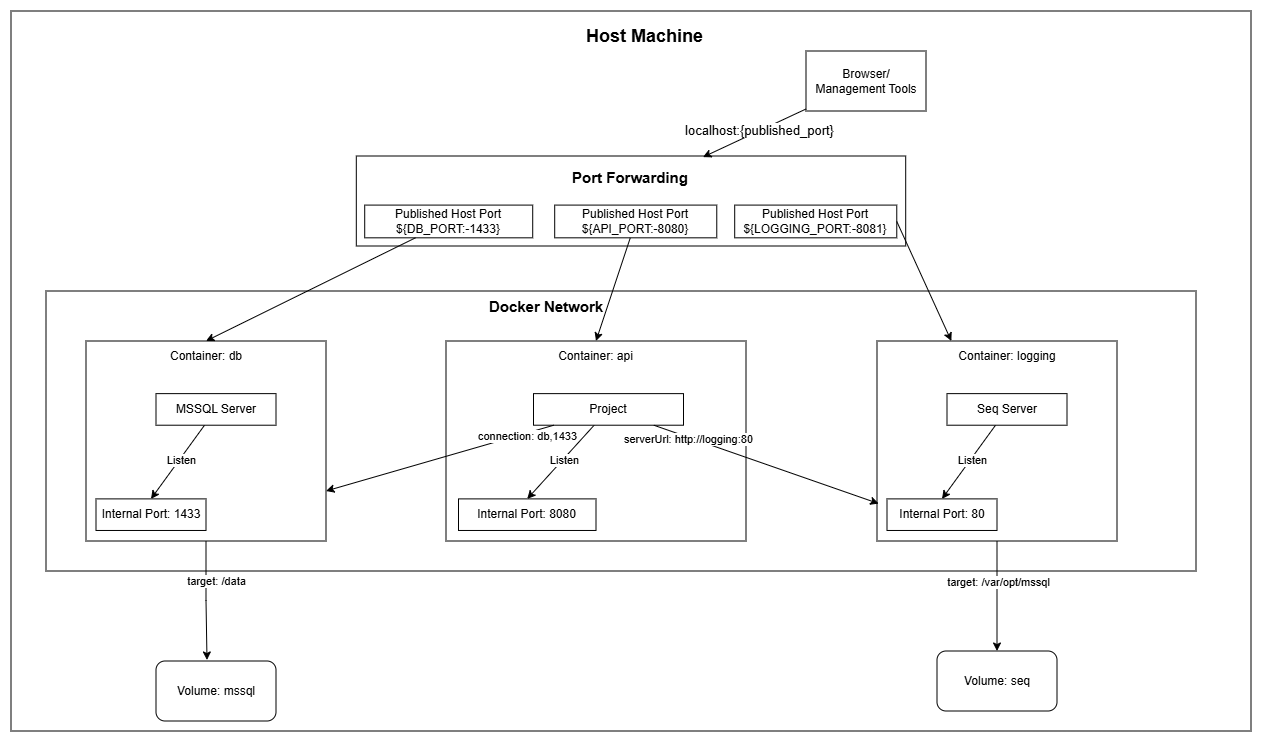
Earlier version of the draw.io export docs/Docker-Visualization.png (ammar-gamal/BookCatalog). Source tidied: cells renumbered, new cells last; positions are measured from the earlier drawing's top-left corner, leaving out a move shared by most shapes. Its diagram source:
```xml
<mxGraphModel>
  <root>
    <mxCell id="0" />
    <mxCell id="1" parent="0" />
    <mxCell id="2" style="group;" parent="1" vertex="1">
      <mxGeometry x="435" y="330" width="370" height="208.4" as="geometry" />
    </mxCell>
    <mxCell id="3" style="group;" parent="2" vertex="1">
      <mxGeometry width="370" height="208.4" as="geometry" />
    </mxCell>
    <mxCell id="4" style="rounded=0;whiteSpace=wrap;html=1;" parent="3" vertex="1">
      <mxGeometry width="300" height="200" as="geometry" />
    </mxCell>
    <mxCell id="5" value="Container: api" style="text;html=1;whiteSpace=wrap;strokeColor=none;fillColor=none;align=center;verticalAlign=middle;rounded=0;" parent="3" vertex="1">
      <mxGeometry x="93.8" width="112.5" height="31.6" as="geometry" />
    </mxCell>
    <mxCell id="6" value="Internal Port: 8080" style="rounded=0;whiteSpace=wrap;html=1;" parent="3" vertex="1">
      <mxGeometry x="12.5" y="157.9" width="137.5" height="31.6" as="geometry" />
    </mxCell>
    <mxCell id="7" style="rounded=0;jettySize=auto;html=1;entryX=0.5;entryY=0;entryDx=0;entryDy=0;endArrow=classic;endFill=1;" parent="3" edge="1" source="9" target="6">
      <mxGeometry relative="1" as="geometry" />
    </mxCell>
    <mxCell id="8" value="Listen" style="edgeLabel;html=1;align=center;verticalAlign=middle;" parent="7" vertex="1">
      <mxGeometry x="-0.06" y="1" relative="1" as="geometry" />
    </mxCell>
    <mxCell id="9" value="Project" style="rounded=0;whiteSpace=wrap;html=1;" parent="3" vertex="1">
      <mxGeometry x="87.5" y="52.6" width="150" height="31.6" as="geometry" />
    </mxCell>
    <mxCell id="10" value="Volume: mssql" style="rounded=1;whiteSpace=wrap;html=1;" parent="1" vertex="1">
      <mxGeometry x="145" y="650" width="120" height="60" as="geometry" />
    </mxCell>
    <mxCell id="11" value="Volume: seq" style="rounded=1;whiteSpace=wrap;html=1;" parent="1" vertex="1">
      <mxGeometry x="926" y="640" width="120" height="60" as="geometry" />
    </mxCell>
    <mxCell id="12" style="edgeStyle=orthogonalEdgeStyle;rounded=0;jettySize=auto;html=1;exitX=0.5;exitY=1;exitDx=0;exitDy=0;entryX=0.5;entryY=0;entryDx=0;entryDy=0;" parent="1" edge="1" source="24" target="11">
      <mxGeometry relative="1" as="geometry" />
    </mxCell>
    <mxCell id="13" value="target: /var/opt/mssql" style="edgeLabel;html=1;align=center;verticalAlign=middle;" parent="12" vertex="1">
      <mxGeometry x="-0.22" y="2" relative="1" as="geometry">
        <mxPoint x="-2" y="-4" as="offset" />
      </mxGeometry>
    </mxCell>
    <mxCell id="14" style="edgeStyle=orthogonalEdgeStyle;rounded=0;jettySize=auto;html=1;entryX=0.425;entryY=-0.017;entryDx=0;entryDy=0;entryPerimeter=0;" parent="1" edge="1" source="16" target="10">
      <mxGeometry relative="1" as="geometry" />
    </mxCell>
    <mxCell id="15" value="target: /data" style="edgeLabel;html=1;align=center;verticalAlign=middle;" parent="14" vertex="1">
      <mxGeometry x="0.08" y="-5" relative="1" as="geometry">
        <mxPoint x="14" y="-23" as="offset" />
      </mxGeometry>
    </mxCell>
    <mxCell id="16" style="rounded=0;whiteSpace=wrap;html=1;" parent="1" vertex="1">
      <mxGeometry x="75" y="330" width="240" height="200" as="geometry" />
    </mxCell>
    <mxCell id="17" value="Container: db" style="text;html=1;whiteSpace=wrap;strokeColor=none;fillColor=none;align=center;verticalAlign=middle;rounded=0;" parent="1" vertex="1">
      <mxGeometry x="150" y="330" width="90" height="31.6" as="geometry" />
    </mxCell>
    <mxCell id="18" value="Internal Port: 1433" style="rounded=0;whiteSpace=wrap;html=1;" parent="1" vertex="1">
      <mxGeometry x="85" y="487.9" width="110" height="31.6" as="geometry" />
    </mxCell>
    <mxCell id="19" style="rounded=0;jettySize=auto;html=1;entryX=0.5;entryY=0;entryDx=0;entryDy=0;endArrow=classic;endFill=1;" parent="1" edge="1" source="21" target="18">
      <mxGeometry relative="1" as="geometry" />
    </mxCell>
    <mxCell id="20" value="Listen" style="edgeLabel;html=1;align=center;verticalAlign=middle;" parent="19" vertex="1">
      <mxGeometry x="-0.06" y="1" relative="1" as="geometry" />
    </mxCell>
    <mxCell id="21" value="MSSQL Server" style="rounded=0;whiteSpace=wrap;html=1;" parent="1" vertex="1">
      <mxGeometry x="145" y="382.6" width="120" height="31.6" as="geometry" />
    </mxCell>
    <mxCell id="22" style="group;" parent="1" vertex="1">
      <mxGeometry x="866" y="330" width="340" height="225" as="geometry" />
    </mxCell>
    <mxCell id="23" style="group;" parent="22" vertex="1">
      <mxGeometry width="340" height="225" as="geometry" />
    </mxCell>
    <mxCell id="24" style="rounded=0;whiteSpace=wrap;html=1;" parent="23" vertex="1">
      <mxGeometry width="240" height="200" as="geometry" />
    </mxCell>
    <mxCell id="25" value="Container: logging" style="text;html=1;whiteSpace=wrap;strokeColor=none;fillColor=none;align=center;verticalAlign=middle;rounded=0;" parent="23" vertex="1">
      <mxGeometry x="75" width="110" height="31.6" as="geometry" />
    </mxCell>
    <mxCell id="26" value="Internal Port: 80" style="rounded=0;whiteSpace=wrap;html=1;" parent="23" vertex="1">
      <mxGeometry x="10" y="157.9" width="110" height="31.6" as="geometry" />
    </mxCell>
    <mxCell id="27" style="rounded=0;jettySize=auto;html=1;entryX=0.5;entryY=0;entryDx=0;entryDy=0;endArrow=classic;endFill=1;" parent="23" edge="1" source="29" target="26">
      <mxGeometry relative="1" as="geometry" />
    </mxCell>
    <mxCell id="28" value="Listen" style="edgeLabel;html=1;align=center;verticalAlign=middle;" parent="27" vertex="1">
      <mxGeometry x="-0.06" y="1" relative="1" as="geometry" />
    </mxCell>
    <mxCell id="29" value="Seq Server" style="rounded=0;whiteSpace=wrap;html=1;" parent="23" vertex="1">
      <mxGeometry x="70" y="52.6" width="120" height="31.6" as="geometry" />
    </mxCell>
    <mxCell id="30" style="rounded=0;jettySize=auto;html=1;entryX=1;entryY=0.75;entryDx=0;entryDy=0;" parent="1" edge="1" source="9" target="16">
      <mxGeometry relative="1" as="geometry" />
    </mxCell>
    <mxCell id="31" value="connection: db,1433" style="edgeLabel;html=1;align=center;verticalAlign=middle;" parent="30" vertex="1">
      <mxGeometry x="-0.74" y="2" relative="1" as="geometry">
        <mxPoint x="1" as="offset" />
      </mxGeometry>
    </mxCell>
    <mxCell id="32" style="rounded=0;jettySize=auto;html=1;entryX=0.007;entryY=0.813;entryDx=0;entryDy=0;entryPerimeter=0;" parent="1" edge="1" source="9" target="24">
      <mxGeometry relative="1" as="geometry" />
    </mxCell>
    <mxCell id="33" value="serverUrl: http://logging:80" style="edgeLabel;html=1;align=center;verticalAlign=middle;" parent="32" vertex="1">
      <mxGeometry x="-0.69" y="-1" relative="1" as="geometry" />
    </mxCell>
    <mxCell id="34" style="group;" parent="1" vertex="1">
      <mxGeometry x="345.3" y="145" width="549.4" height="90" as="geometry" />
    </mxCell>
    <mxCell id="35" style="group;" parent="34" vertex="1">
      <mxGeometry width="549.4" height="90" as="geometry" />
    </mxCell>
    <mxCell id="36" style="rounded=0;whiteSpace=wrap;html=1;" parent="35" vertex="1">
      <mxGeometry width="549.4" height="90" as="geometry" />
    </mxCell>
    <mxCell id="37" value="Published Host Port&lt;br&gt;${DB_PORT:-1433}" style="rounded=0;whiteSpace=wrap;html=1;" parent="35" vertex="1">
      <mxGeometry x="8.4" y="49.1" width="168" height="32.7" as="geometry" />
    </mxCell>
    <mxCell id="38" value="Published Host Port&lt;br&gt;${API_PORT:-8080}" style="rounded=0;whiteSpace=wrap;html=1;" parent="35" vertex="1">
      <mxGeometry x="198.4" y="49.1" width="162.1" height="32.7" as="geometry" />
    </mxCell>
    <mxCell id="39" value="Published Host Port&lt;br&gt;${LOGGING_PORT:-8081}" style="rounded=0;whiteSpace=wrap;html=1;" parent="35" vertex="1">
      <mxGeometry x="378.4" y="49.1" width="162.1" height="32.7" as="geometry" />
    </mxCell>
    <mxCell id="40" value="&lt;b&gt;&lt;font style=&quot;font-size: 15px;&quot;&gt;Port Forwarding&lt;/font&gt;&lt;/b&gt;" style="text;html=1;whiteSpace=wrap;strokeColor=none;fillColor=none;align=center;verticalAlign=middle;rounded=0;" parent="35" vertex="1">
      <mxGeometry x="214.4" y="9" width="120" height="25.4" as="geometry" />
    </mxCell>
    <mxCell id="41" value="&lt;b&gt;Host Machine&lt;/b&gt;" style="text;html=1;whiteSpace=wrap;strokeColor=none;fillColor=none;align=center;verticalAlign=middle;rounded=0;fontSize=18;" parent="1" vertex="1">
      <mxGeometry x="562.3" y="10" width="143.4" height="30" as="geometry" />
    </mxCell>
    <mxCell id="42" style="rounded=0;jettySize=auto;html=1;entryX=0.5;entryY=0;entryDx=0;entryDy=0;" parent="1" edge="1" source="37" target="17">
      <mxGeometry relative="1" as="geometry" />
    </mxCell>
    <mxCell id="43" style="rounded=0;jettySize=auto;html=1;entryX=0.5;entryY=0;entryDx=0;entryDy=0;" parent="1" edge="1" source="38" target="4">
      <mxGeometry relative="1" as="geometry" />
    </mxCell>
    <mxCell id="44" style="rounded=0;jettySize=auto;html=1;exitX=1;exitY=0.5;exitDx=0;exitDy=0;endArrow=classic;endFill=1;" parent="1" edge="1" source="39" target="24">
      <mxGeometry relative="1" as="geometry" />
    </mxCell>
    <mxCell id="45" value="Browser/ Management Tools" style="rounded=0;whiteSpace=wrap;html=1;fillStyle=hatch;" parent="1" vertex="1">
      <mxGeometry x="795" y="40" width="120" height="60" as="geometry" />
    </mxCell>
    <mxCell id="46" style="rounded=0;jettySize=auto;html=1;entryX=0.631;entryY=0.012;entryDx=0;entryDy=0;entryPerimeter=0;" parent="1" edge="1" source="45" target="36">
      <mxGeometry relative="1" as="geometry" />
    </mxCell>
    <mxCell id="47" value="localhost:{published_port}" style="edgeLabel;html=1;align=center;verticalAlign=middle;fontSize=13;" parent="46" vertex="1">
      <mxGeometry x="-0.07" y="-2" relative="1" as="geometry" />
    </mxCell>
    <mxCell id="48" style="group;" parent="1" vertex="1">
      <mxGeometry x="35" y="280" width="1150" height="280" as="geometry" />
    </mxCell>
    <mxCell id="49" style="rounded=0;whiteSpace=wrap;html=1;fillStyle=zigzag-line;fillColor=none;" parent="48" vertex="1">
      <mxGeometry width="1150" height="280" as="geometry" />
    </mxCell>
    <mxCell id="50" value="&lt;b&gt;&lt;span&gt;&lt;font style=&quot;font-size: 15px;&quot;&gt;Docker Network&lt;/font&gt;&lt;/span&gt;&lt;/b&gt;" style="text;html=1;whiteSpace=wrap;strokeColor=none;fillColor=none;align=center;verticalAlign=middle;rounded=0;" parent="48" vertex="1">
      <mxGeometry x="440" width="120" height="30" as="geometry" />
    </mxCell>
    <mxCell id="51" style="rounded=0;whiteSpace=wrap;html=1;fillColor=none;" parent="1" vertex="1">
      <mxGeometry width="1240" height="720" as="geometry" />
    </mxCell>
  </root>
</mxGraphModel>
```
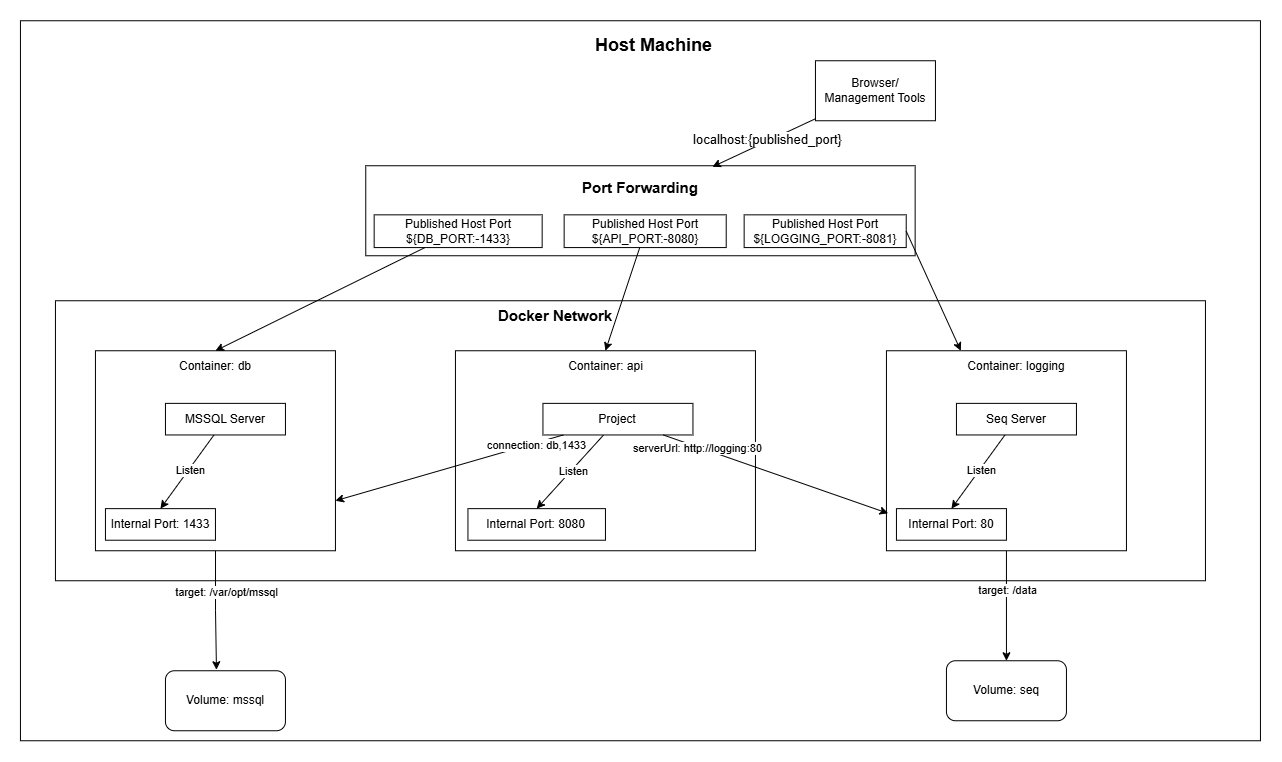
After the change.

Commit message:
docs: fix swapped volume target paths in docker diagram

The edit, as a diff of the source:
```diff
@@ -35,7 +35,7 @@
     <mxCell id="12" style="edgeStyle=orthogonalEdgeStyle;rounded=0;jettySize=auto;html=1;exitX=0.5;exitY=1;exitDx=0;exitDy=0;entryX=0.5;entryY=0;entryDx=0;entryDy=0;" parent="1" edge="1" source="24" target="11">
       <mxGeometry relative="1" as="geometry" />
     </mxCell>
-    <mxCell id="13" value="target: /var/opt/mssql" style="edgeLabel;html=1;align=center;verticalAlign=middle;" parent="12" vertex="1">
+    <mxCell id="13" value="target: /data" style="edgeLabel;html=1;align=center;verticalAlign=middle;" parent="12" vertex="1">
       <mxGeometry x="-0.22" y="2" relative="1" as="geometry">
         <mxPoint x="-2" y="-4" as="offset" />
       </mxGeometry>
@@ -43,7 +43,7 @@
     <mxCell id="14" style="edgeStyle=orthogonalEdgeStyle;rounded=0;jettySize=auto;html=1;entryX=0.425;entryY=-0.017;entryDx=0;entryDy=0;entryPerimeter=0;" parent="1" edge="1" source="16" target="10">
       <mxGeometry relative="1" as="geometry" />
     </mxCell>
-    <mxCell id="15" value="target: /data" style="edgeLabel;html=1;align=center;verticalAlign=middle;" parent="14" vertex="1">
+    <mxCell id="15" value="target: /var/opt/mssql" style="edgeLabel;html=1;align=center;verticalAlign=middle;" parent="14" vertex="1">
       <mxGeometry x="0.08" y="-5" relative="1" as="geometry">
         <mxPoint x="14" y="-23" as="offset" />
       </mxGeometry>
@@ -147,7 +147,7 @@
       <mxGeometry x="-0.07" y="-2" relative="1" as="geometry" />
     </mxCell>
     <mxCell id="48" style="group;" parent="1" vertex="1">
-      <mxGeometry x="35" y="280" width="1150" height="280" as="geometry" />
+      <mxGeometry x="35" y="280" width="1205" height="440" as="geometry" />
     </mxCell>
     <mxCell id="49" style="rounded=0;whiteSpace=wrap;html=1;fillStyle=zigzag-line;fillColor=none;" parent="48" vertex="1">
       <mxGeometry width="1150" height="280" as="geometry" />
@@ -155,8 +155,8 @@
     <mxCell id="50" value="&lt;b&gt;&lt;span&gt;&lt;font style=&quot;font-size: 15px;&quot;&gt;Docker Network&lt;/font&gt;&lt;/span&gt;&lt;/b&gt;" style="text;html=1;whiteSpace=wrap;strokeColor=none;fillColor=none;align=center;verticalAlign=middle;rounded=0;" parent="48" vertex="1">
       <mxGeometry x="440" width="120" height="30" as="geometry" />
     </mxCell>
-    <mxCell id="51" style="rounded=0;whiteSpace=wrap;html=1;fillColor=none;" parent="1" vertex="1">
-      <mxGeometry width="1240" height="720" as="geometry" />
+    <mxCell id="51" style="rounded=0;whiteSpace=wrap;html=1;fillColor=none;" parent="48" vertex="1">
+      <mxGeometry x="-35" y="-280" width="1240" height="720" as="geometry" />
     </mxCell>
   </root>
 </mxGraphModel>
```
